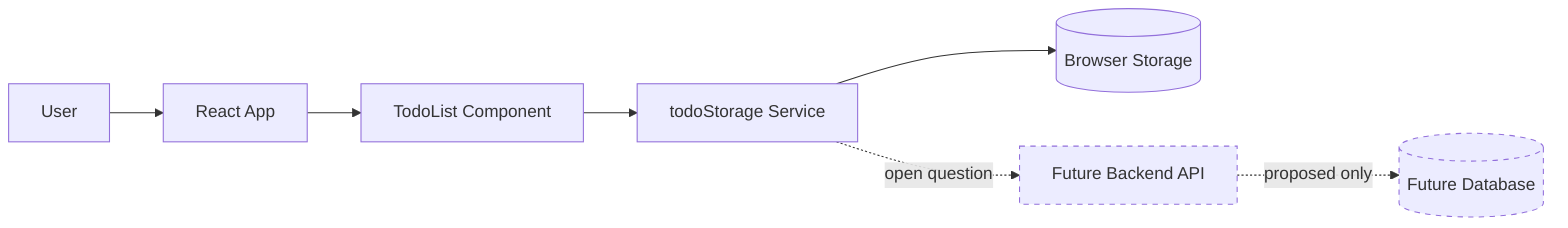
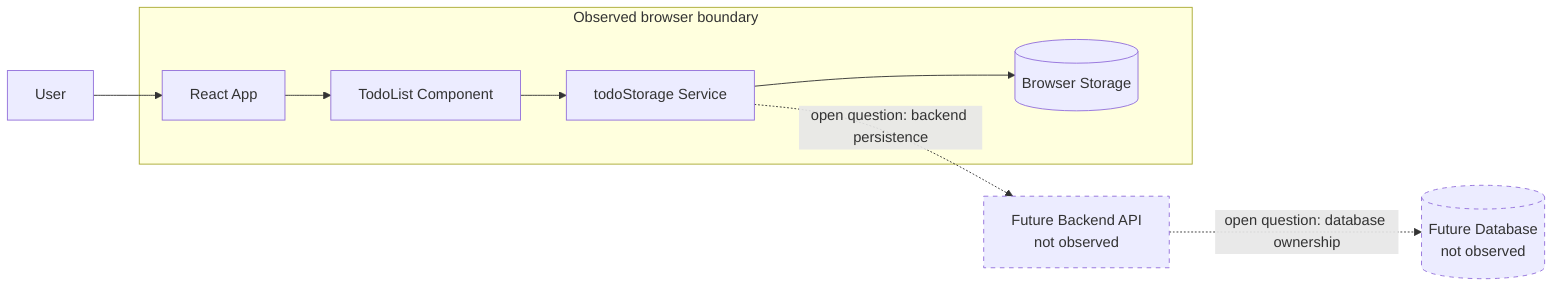
flowchart LR
-   User[User] --> App[React App]
-   App --> TodoList[TodoList Component]
-   TodoList --> TodoStorage[todoStorage Service]
-   TodoStorage --> BrowserStorage[(Browser Storage)]
+   %% Observed from provided file tree and signals.
+   User[User] --> App

-   BackendAPI[Future Backend API]:::future
-   Database[(Future Database)]:::future
+   subgraph Browser["Observed browser boundary"]
+     App[React App]
+     TodoList[TodoList Component]
+     TodoStorage[todoStorage Service]
+     BrowserStorage[(Browser Storage)]

-   TodoStorage -. open question .-> BackendAPI
-   BackendAPI -. proposed only .-> Database
+     App --> TodoList
+     TodoList --> TodoStorage
+     TodoStorage --> BrowserStorage
+   end
+ 
+   %% Not observed. Included only because the user request is before adding a backend.
+   BackendAPI[Future Backend API<br/>not observed]:::future
+   Database[(Future Database<br/>not observed)]:::future
+ 
+   TodoStorage -. "open question: backend persistence" .-> BackendAPI
+   BackendAPI -. "open question: database ownership" .-> Database

  classDef future stroke-dasharray: 5 5;
